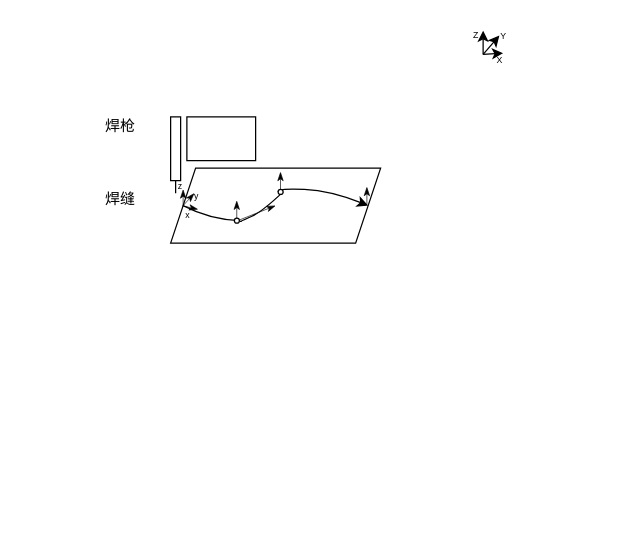
Above: 焊缝跟踪姿态.drawio in backwoof/git_demo (draw.io), before the change. Source tidied: cells renumbered, new cells numbered last; positions are measured from the earlier drawing's top-left corner, leaving out a move shared by most shapes. Both pictures are drawn from the tidied source at 125%, with x=0, y=0 at pixel (82, 29).
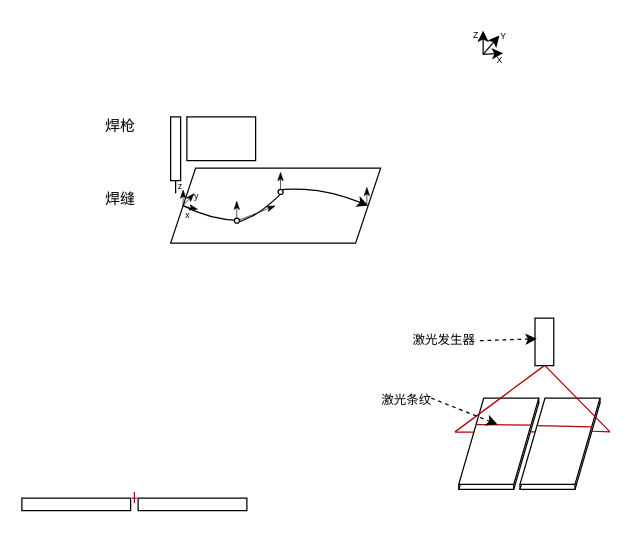
The same diagram, later.

Commit message (it also covers changes not shown here):
更新焊缝跟踪姿态.drawio

What changed in the source:
```diff
@@
+    <mxCell id="30" style="rounded=0;whiteSpace=wrap;html=1;" parent="1" vertex="1">
+      <mxGeometry x="-49" y="375" width="87" height="10" as="geometry" />
+    </mxCell>
+    <mxCell id="31" style="rounded=0;whiteSpace=wrap;html=1;" parent="1" vertex="1">
+      <mxGeometry x="44" y="375" width="87" height="10" as="geometry" />
+    </mxCell>
+    <mxCell id="32" style="endArrow=none;html=1;rounded=0;fillColor=#d80073;strokeColor=#A50040;" parent="1" edge="1">
+      <mxGeometry relative="1" as="geometry">
+        <mxPoint x="41" y="379" as="sourcePoint" />
+        <mxPoint x="41" y="370" as="targetPoint" />
+      </mxGeometry>
+    </mxCell>
+    <mxCell id="33" style="endArrow=none;html=1;rounded=0;fillColor=#d80073;strokeColor=#A50040;" parent="1" edge="1">
+      <mxGeometry relative="1" as="geometry">
+        <mxPoint x="39" y="375" as="sourcePoint" />
+        <mxPoint x="43" y="375" as="targetPoint" />
+      </mxGeometry>
+    </mxCell>
+    <mxCell id="34" style="shape=parallelogram;perimeter=parallelogramPerimeter;whiteSpace=wrap;html=1;fixedSize=1;" parent="1" vertex="1">
+      <mxGeometry x="300.5" y="299" width="64" height="69" as="geometry" />
+    </mxCell>
+    <mxCell id="35" style="shape=parallelogram;perimeter=parallelogramPerimeter;whiteSpace=wrap;html=1;fixedSize=1;" parent="1" vertex="1">
+      <mxGeometry x="349.5" y="299" width="64" height="69" as="geometry" />
+    </mxCell>
+    <mxCell id="36" style="shape=parallelogram;perimeter=parallelogramPerimeter;whiteSpace=wrap;html=1;fixedSize=1;" parent="1" vertex="1">
+      <mxGeometry x="300.5" y="295" width="64" height="69" as="geometry" />
+    </mxCell>
+    <mxCell id="37" style="shape=parallelogram;perimeter=parallelogramPerimeter;whiteSpace=wrap;html=1;fixedSize=1;" parent="1" vertex="1">
+      <mxGeometry x="349.5" y="295" width="64" height="69" as="geometry" />
+    </mxCell>
+    <mxCell id="38" style="endArrow=none;html=1;rounded=0;entryX=0;entryY=1;entryDx=0;entryDy=0;exitX=0;exitY=1;exitDx=0;exitDy=0;" parent="1" edge="1" source="34" target="36">
+      <mxGeometry relative="1" as="geometry" />
+    </mxCell>
+    <mxCell id="39" style="endArrow=none;html=1;rounded=0;entryX=0;entryY=1;entryDx=0;entryDy=0;exitX=0;exitY=1;exitDx=0;exitDy=0;" parent="1" edge="1">
+      <mxGeometry relative="1" as="geometry">
+        <mxPoint x="344.5" y="368" as="sourcePoint" />
+        <mxPoint x="344.5" y="364" as="targetPoint" />
+      </mxGeometry>
+    </mxCell>
+    <mxCell id="40" style="endArrow=none;html=1;rounded=0;entryX=0;entryY=1;entryDx=0;entryDy=0;exitX=0;exitY=1;exitDx=0;exitDy=0;" parent="1" edge="1">
+      <mxGeometry relative="1" as="geometry">
+        <mxPoint x="349.5" y="368" as="sourcePoint" />
+        <mxPoint x="349.5" y="364" as="targetPoint" />
+      </mxGeometry>
+    </mxCell>
+    <mxCell id="41" style="endArrow=none;html=1;rounded=0;exitX=0;exitY=1;exitDx=0;exitDy=0;" parent="1" edge="1">
+      <mxGeometry relative="1" as="geometry">
+        <mxPoint x="393.5" y="368" as="sourcePoint" />
+        <mxPoint x="393.5" y="364" as="targetPoint" />
+      </mxGeometry>
+    </mxCell>
+    <mxCell id="42" style="endArrow=none;html=1;rounded=0;entryX=0;entryY=1;entryDx=0;entryDy=0;exitX=0;exitY=1;exitDx=0;exitDy=0;" parent="1" edge="1">
+      <mxGeometry relative="1" as="geometry">
+        <mxPoint x="413.5" y="299" as="sourcePoint" />
+        <mxPoint x="413.5" y="295" as="targetPoint" />
+      </mxGeometry>
+    </mxCell>
+    <mxCell id="43" style="endArrow=none;html=1;rounded=0;entryX=0;entryY=1;entryDx=0;entryDy=0;exitX=0;exitY=1;exitDx=0;exitDy=0;" parent="1" edge="1">
+      <mxGeometry relative="1" as="geometry">
+        <mxPoint x="364.5" y="299" as="sourcePoint" />
+        <mxPoint x="364.5" y="295" as="targetPoint" />
+      </mxGeometry>
+    </mxCell>
+    <mxCell id="44" style="rounded=0;whiteSpace=wrap;html=1;rotation=0;" parent="1" vertex="1">
+      <mxGeometry x="361.5" y="231" width="15" height="38" as="geometry" />
+    </mxCell>
+    <mxCell id="45" style="endArrow=none;html=1;rounded=0;entryX=0.5;entryY=1;entryDx=0;entryDy=0;fillColor=#e51400;strokeColor=#B20000;" parent="1" edge="1" target="44">
+      <mxGeometry relative="1" as="geometry">
+        <mxPoint x="297.5" y="322" as="sourcePoint" />
+      </mxGeometry>
+    </mxCell>
+    <mxCell id="46" style="endArrow=none;html=1;rounded=0;fillColor=#e51400;strokeColor=#B20000;" parent="1" edge="1">
+      <mxGeometry relative="1" as="geometry">
+        <mxPoint x="369.5" y="269" as="sourcePoint" />
+        <mxPoint x="421.5" y="322" as="targetPoint" />
+      </mxGeometry>
+    </mxCell>
+    <mxCell id="47" style="endArrow=none;html=1;rounded=0;exitX=0.193;exitY=0.393;exitDx=0;exitDy=0;exitPerimeter=0;fillColor=#e51400;strokeColor=#B20000;" parent="1" edge="1" source="36">
+      <mxGeometry relative="1" as="geometry">
+        <mxPoint x="297.6" y="322.2" as="targetPoint" />
+      </mxGeometry>
+    </mxCell>
+    <mxCell id="48" style="endArrow=none;html=1;rounded=0;exitX=0.893;exitY=0.384;exitDx=0;exitDy=0;exitPerimeter=0;fillColor=#e51400;strokeColor=#B20000;" parent="1" edge="1" source="37">
+      <mxGeometry relative="1" as="geometry">
+        <mxPoint x="421.5" y="322" as="targetPoint" />
+      </mxGeometry>
+    </mxCell>
+    <mxCell id="49" style="endArrow=none;html=1;rounded=0;entryX=0.909;entryY=0.256;entryDx=0;entryDy=0;entryPerimeter=0;exitX=0.224;exitY=0.307;exitDx=0;exitDy=0;exitPerimeter=0;fillColor=#e51400;strokeColor=#B20000;" parent="1" edge="1" source="36" target="34">
+      <mxGeometry relative="1" as="geometry" />
+    </mxCell>
+    <mxCell id="50" style="endArrow=none;html=1;rounded=0;entryX=0.902;entryY=0.334;entryDx=0;entryDy=0;entryPerimeter=0;fillColor=#e51400;strokeColor=#B20000;" parent="1" edge="1" target="37">
+      <mxGeometry relative="1" as="geometry">
+        <mxPoint x="363.5" y="317" as="sourcePoint" />
+      </mxGeometry>
+    </mxCell>
+    <mxCell id="51" style="endArrow=none;html=1;rounded=0;entryX=0.898;entryY=0.333;entryDx=0;entryDy=0;entryPerimeter=0;fillColor=#e51400;strokeColor=#B20000;" parent="1" edge="1" target="34">
+      <mxGeometry relative="1" as="geometry">
+        <mxPoint x="361.5" y="322" as="sourcePoint" />
+      </mxGeometry>
+    </mxCell>
+    <mxCell id="52" value="&lt;font style=&quot;font-size: 10px;&quot;&gt;激光发生器&lt;/font&gt;" style="text;html=1;strokeColor=none;fillColor=none;align=center;verticalAlign=middle;whiteSpace=wrap;rounded=0;" parent="1" vertex="1">
+      <mxGeometry x="259.5" y="237" width="58" height="22" as="geometry" />
+    </mxCell>
+    <mxCell id="53" style="endArrow=classic;html=1;rounded=0;entryX=0.092;entryY=0.436;entryDx=0;entryDy=0;entryPerimeter=0;dashed=1;" parent="1" edge="1" target="44">
+      <mxGeometry relative="1" as="geometry">
+        <mxPoint x="317.5" y="249" as="sourcePoint" />
+      </mxGeometry>
+    </mxCell>
+    <mxCell id="54" value="&lt;font style=&quot;font-size: 10px;&quot;&gt;激光条纹&lt;/font&gt;" style="text;html=1;strokeColor=none;fillColor=none;align=center;verticalAlign=middle;whiteSpace=wrap;rounded=0;" parent="1" vertex="1">
+      <mxGeometry x="229.5" y="285" width="58" height="22" as="geometry" />
+    </mxCell>
+    <mxCell id="55" style="endArrow=classic;html=1;rounded=0;dashed=1;" parent="1" edge="1">
+      <mxGeometry relative="1" as="geometry">
+        <mxPoint x="278.5" y="295" as="sourcePoint" />
+        <mxPoint x="331.5" y="316" as="targetPoint" />
+      </mxGeometry>
+    </mxCell>
```
